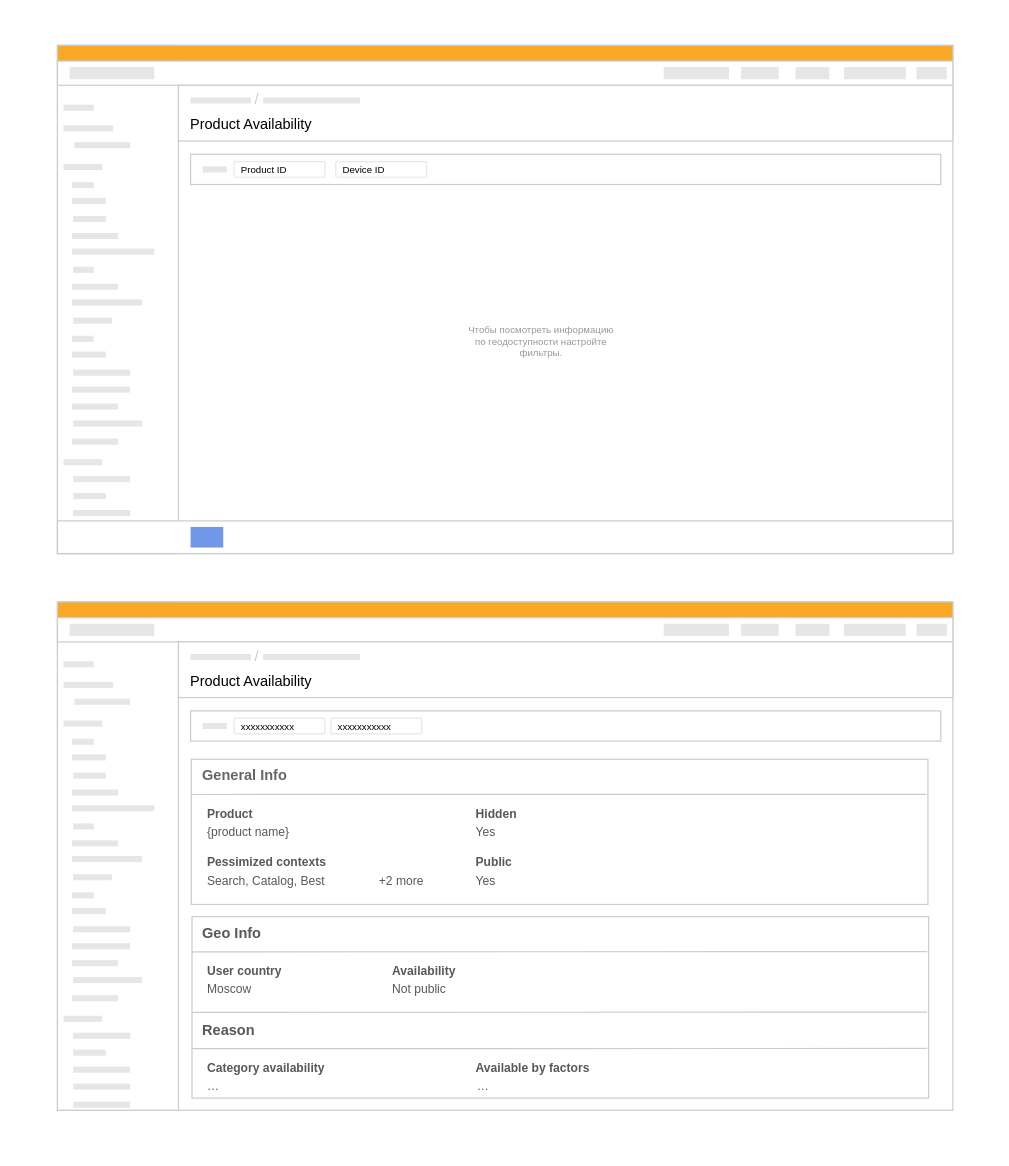
Above: page "Base" (1 of 4) of geo.drawio in ajile/draw-io (draw.io), before the change. Source tidied: cells renumbered, new cells numbered last; positions are measured from the earlier drawing's top-left corner, leaving out a move shared by most shapes. Both pictures are drawn from the tidied source at 121%, with x=0, y=0 at pixel (21, 21).
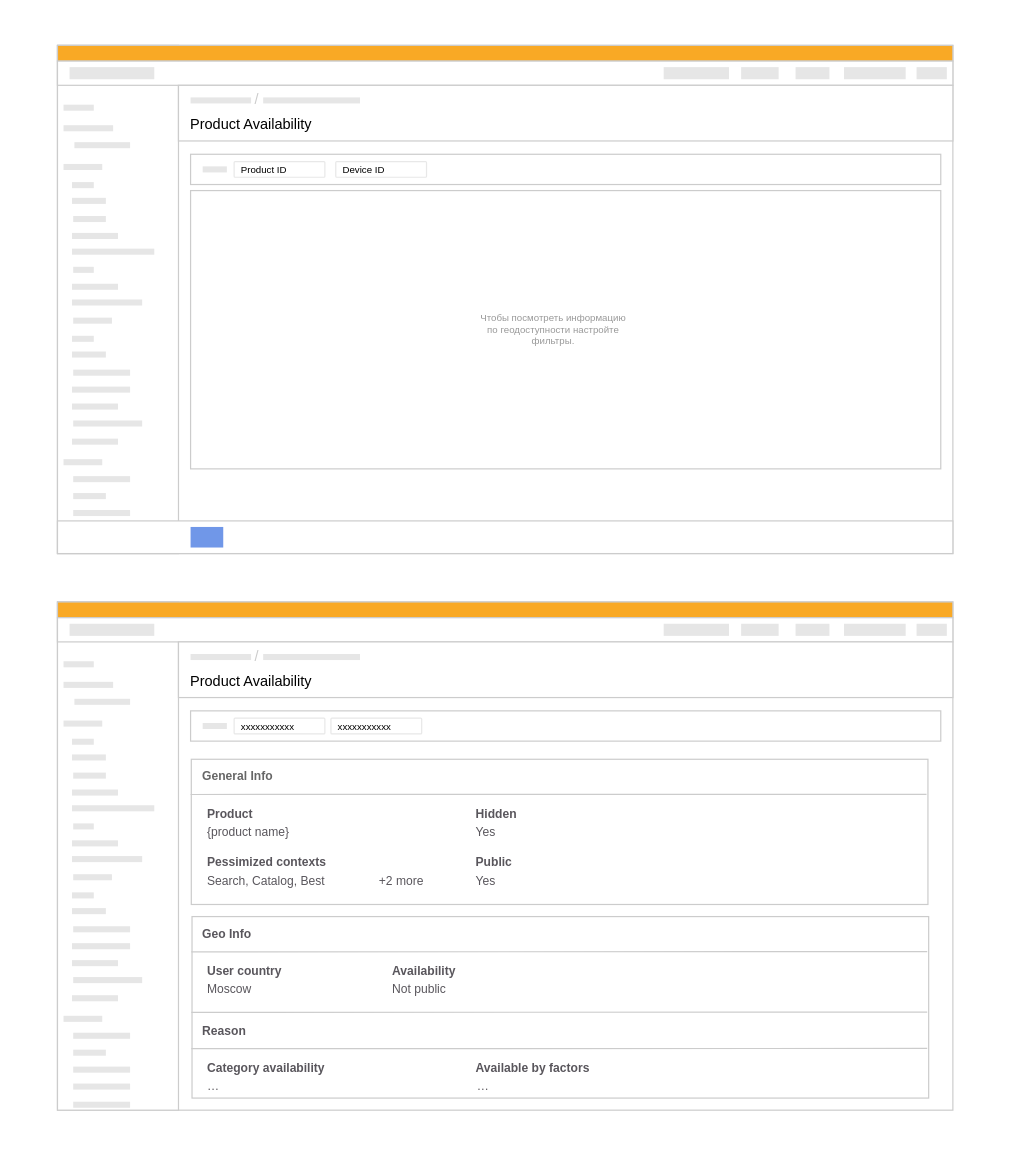
After the change.

Diff of the diagram source:
```diff
@@
+    <mxCell id="126" style="group;" parent="2" vertex="1">
+      <mxGeometry x="140" y="140" width="620" height="230" as="geometry" />
+    </mxCell>
+    <mxCell id="127" style="rounded=0;whiteSpace=wrap;html=1;strokeColor=#CCCCCC;" parent="126" vertex="1">
+      <mxGeometry width="620" height="230" as="geometry" />
+    </mxCell>
@@
     <mxCell id="98" value="Чтобы посмотреть информацию по геодоступности настройте фильтры." style="text;html=1;strokeColor=none;fillColor=none;align=center;verticalAlign=middle;whiteSpace=wrap;rounded=0;fontColor=#999999;fontSize=8;spacing=0;" parent="2" vertex="1">
-      <mxGeometry x="370" y="240" width="120" height="50" as="geometry" />
+      <mxGeometry x="380" y="230" width="120" height="50" as="geometry" />
     </mxCell>
@@
-    <mxCell id="101" value="General Info" style="text;html=1;strokeColor=none;fillColor=none;align=left;verticalAlign=middle;whiteSpace=wrap;rounded=0;fontSize=12;fontColor=#666666;fontStyle=1;" parent="2" vertex="1">
+    <mxCell id="101" value="General Info" style="text;html=1;strokeColor=none;fillColor=none;align=left;verticalAlign=middle;whiteSpace=wrap;rounded=0;fontSize=10;fontColor=#666666;fontStyle=1;" parent="2" vertex="1">
       <mxGeometry x="147.5" y="614" width="228.3" height="20" as="geometry" />
     </mxCell>
@@
-    <mxCell id="113" value="Geo Info" style="text;html=1;strokeColor=none;fillColor=none;align=left;verticalAlign=middle;whiteSpace=wrap;rounded=0;fontSize=12;fontColor=#59565C;fontStyle=1;" parent="2" vertex="1">
+    <mxCell id="113" value="Geo Info" style="text;html=1;strokeColor=none;fillColor=none;align=left;verticalAlign=middle;whiteSpace=wrap;rounded=0;fontSize=10;fontColor=#59565C;fontStyle=1;" parent="2" vertex="1">
       <mxGeometry x="148.1" y="744" width="228.3" height="20" as="geometry" />
     </mxCell>
@@
-    <mxCell id="121" value="Reason" style="text;html=1;strokeColor=none;fillColor=none;align=left;verticalAlign=middle;whiteSpace=wrap;rounded=0;fontSize=12;fontColor=#59565C;fontStyle=1;" parent="2" vertex="1">
+    <mxCell id="121" value="Reason" style="text;html=1;strokeColor=none;fillColor=none;align=left;verticalAlign=middle;whiteSpace=wrap;rounded=0;fontSize=10;fontColor=#59565C;fontStyle=1;" parent="2" vertex="1">
       <mxGeometry x="148.1" y="824" width="228.3" height="20" as="geometry" />
     </mxCell>
```
